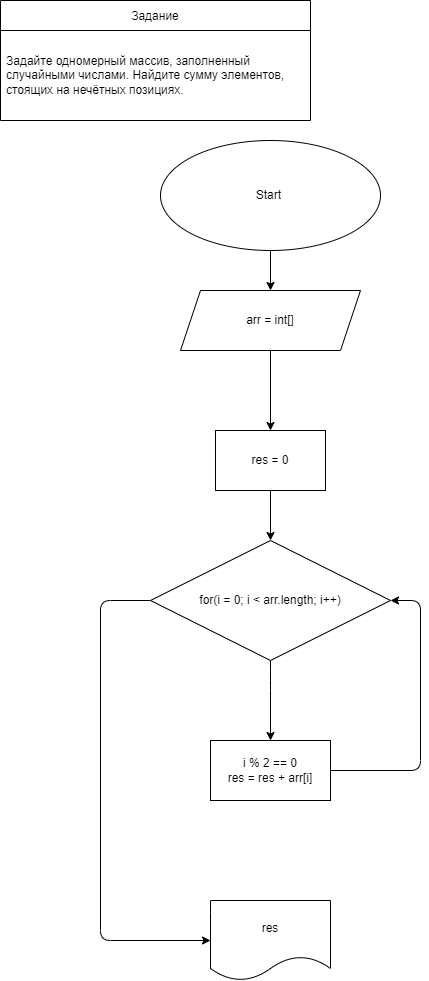
redan/C-_practice keeps this draw.io diagram as Lesson5/Ex_38/Scheme.drawio.png. Above is the earlier version. Source tidied: cells renumbered, new cells last; positions are measured from the earlier drawing's top-left corner, leaving out a move shared by most shapes.
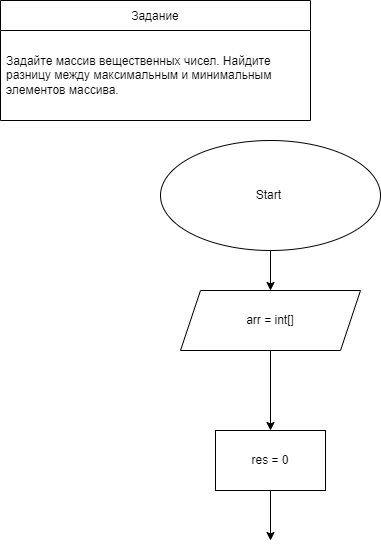
The same diagram one commit later.

The edit, as a diff of the source:
```diff
@@ -5,7 +5,7 @@
     <mxCell id="2" value="Задание" style="swimlane;fontStyle=0;horizontal=1;startSize=30;" parent="1" vertex="1">
       <mxGeometry width="310" height="120" as="geometry" />
     </mxCell>
-    <mxCell id="3" value="Задайте одномерный массив, заполненный случайными числами. Найдите сумму элементов, стоящих на нечётных позициях." style="text;strokeColor=none;fillColor=none;align=left;verticalAlign=middle;spacingLeft=4;spacingRight=4;overflow=hidden;whiteSpace=wrap;" parent="2" vertex="1">
+    <mxCell id="3" value="Задайте массив вещественных чисел. Найдите разницу между максимальным и минимальным элементов массива." style="text;strokeColor=none;fillColor=none;align=left;verticalAlign=middle;spacingLeft=4;spacingRight=4;overflow=hidden;whiteSpace=wrap;" parent="2" vertex="1">
       <mxGeometry y="30" width="310" height="90" as="geometry" />
     </mxCell>
     <mxCell id="4" style="edgeStyle=none;html=1;" parent="1" edge="1" source="5" target="7">
@@ -22,43 +22,13 @@
     <mxCell id="7" value="arr = int[]" style="shape=parallelogram;perimeter=parallelogramPerimeter;whiteSpace=wrap;html=1;fixedSize=1;" parent="1" vertex="1">
       <mxGeometry x="180" y="290" width="180" height="60" as="geometry" />
     </mxCell>
-    <mxCell id="8" value="res" style="shape=document;whiteSpace=wrap;html=1;boundedLbl=1;" parent="1" vertex="1">
-      <mxGeometry x="210" y="900" width="120" height="80" as="geometry" />
-    </mxCell>
-    <mxCell id="9" style="edgeStyle=none;html=1;entryX=0.5;entryY=0;entryDx=0;entryDy=0;" parent="1" edge="1" source="10" target="13">
-      <mxGeometry relative="1" as="geometry" />
+    <mxCell id="9" style="edgeStyle=none;html=1;entryX=0.5;entryY=0;entryDx=0;entryDy=0;" parent="1" edge="1" source="10">
+      <mxGeometry relative="1" as="geometry">
+        <mxPoint x="270" y="540" as="targetPoint" />
+      </mxGeometry>
     </mxCell>
     <mxCell id="10" value="res = 0" style="whiteSpace=wrap;html=1;" parent="1" vertex="1">
       <mxGeometry x="215" y="430" width="110" height="60" as="geometry" />
     </mxCell>
-    <mxCell id="11" style="edgeStyle=none;html=1;entryX=0;entryY=0.5;entryDx=0;entryDy=0;" parent="1" edge="1" source="13" target="8">
-      <mxGeometry relative="1" as="geometry">
-        <Array as="points">
-          <mxPoint x="100" y="600" />
-          <mxPoint x="100" y="940" />
-        </Array>
-      </mxGeometry>
-    </mxCell>
-    <mxCell id="12" style="edgeStyle=none;html=1;entryX=0.5;entryY=0;entryDx=0;entryDy=0;" parent="1" edge="1" source="13" target="15">
-      <mxGeometry relative="1" as="geometry">
-        <Array as="points">
-          <mxPoint x="270" y="680" />
-        </Array>
-      </mxGeometry>
-    </mxCell>
-    <mxCell id="13" value="for(i = 0; i &amp;lt; arr.length; i++)" style="rhombus;whiteSpace=wrap;html=1;" parent="1" vertex="1">
-      <mxGeometry x="150" y="540" width="240" height="120" as="geometry" />
-    </mxCell>
-    <mxCell id="14" style="edgeStyle=none;html=1;entryX=1;entryY=0.5;entryDx=0;entryDy=0;" parent="1" edge="1" source="15" target="13">
-      <mxGeometry relative="1" as="geometry">
-        <Array as="points">
-          <mxPoint x="420" y="770" />
-          <mxPoint x="420" y="600" />
-        </Array>
-      </mxGeometry>
-    </mxCell>
-    <mxCell id="15" value="i % 2 == 0&lt;br&gt;res = res + arr[i]" style="whiteSpace=wrap;html=1;" parent="1" vertex="1">
-      <mxGeometry x="210" y="740" width="120" height="60" as="geometry" />
-    </mxCell>
   </root>
 </mxGraphModel>
```
